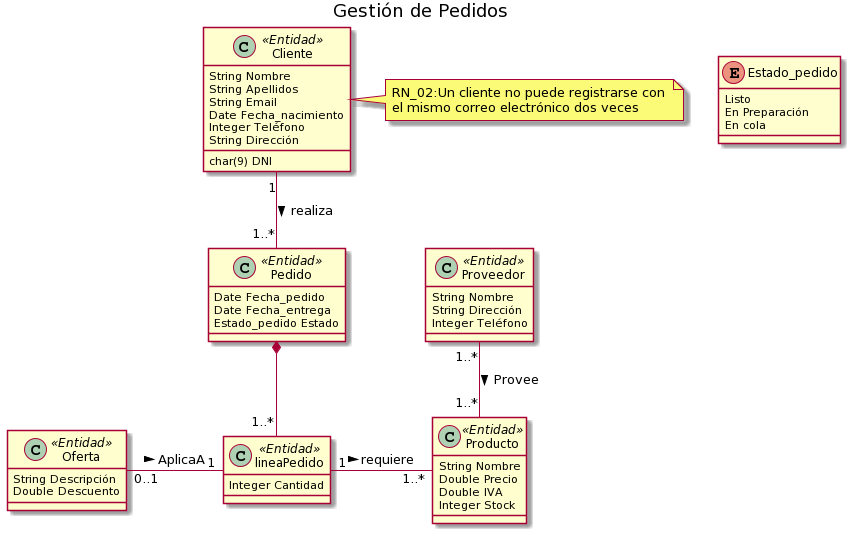
alvnavriv/Proyecto-IR keeps this PlantUML diagram as mc/Gestión pedidos.png. Above is the earlier version. The source it was exported from:
```plantuml
@startuml
title Gestión de Pedidos

Class Cliente << Entidad >>{
String Nombre
String Apellidos
String Email
char(9) DNI
Date Fecha_nacimiento
Integer Teléfono
String Dirección
}
Class Pedido << Entidad >>{
Date Fecha_pedido
Date Fecha_entrega
Estado_pedido Estado
}
Class Proveedor << Entidad >>{
String Nombre
String Dirección
Integer Teléfono
}

Class Producto << Entidad >>{
String Nombre
Double Precio
Double IVA
Integer Stock
}

Class Oferta << Entidad >>{
String Descripción
Double Descuento
}

Class lineaPedido << Entidad >>{
Integer Cantidad
}


Enum Estado_pedido{
Listo
En Preparación
En cola
}

Oferta "0..1" -right-"1" lineaPedido:   AplicaA   >
Cliente "1" --"1..*" Pedido:   realiza   >
Producto "1..*" -left-"1" lineaPedido: requiere    <
Proveedor "1..*"--"1..*" Producto: Provee >
lineaPedido"1..*" -up-* Pedido


note right of Cliente
RN_02:Un cliente no puede registrarse con
el mismo correo electrónico dos veces
end note
@enduml
```
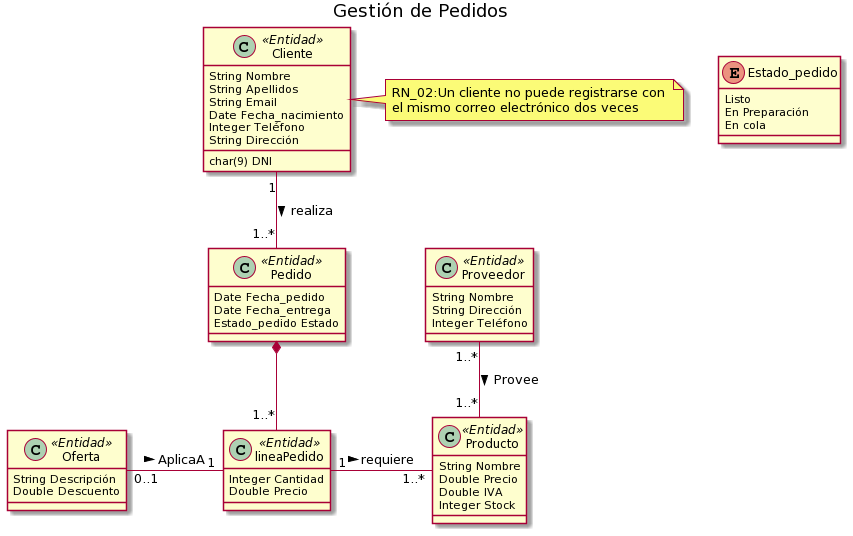
After the change.

The edit, as a diff of the source:
```diff
@@ -35,6 +35,7 @@
 
 Class lineaPedido << Entidad >>{
 Integer Cantidad
+Double Precio
 }
 
 
```
